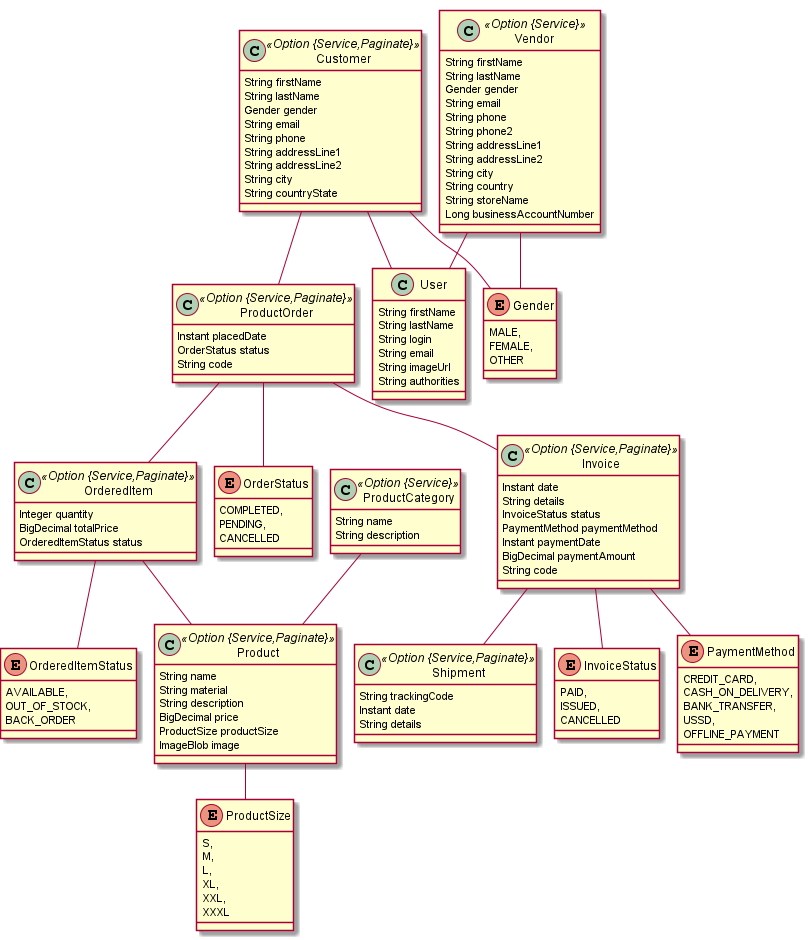
Above: online-store.png in ZraelTz/online-store (PlantUML), before the change.
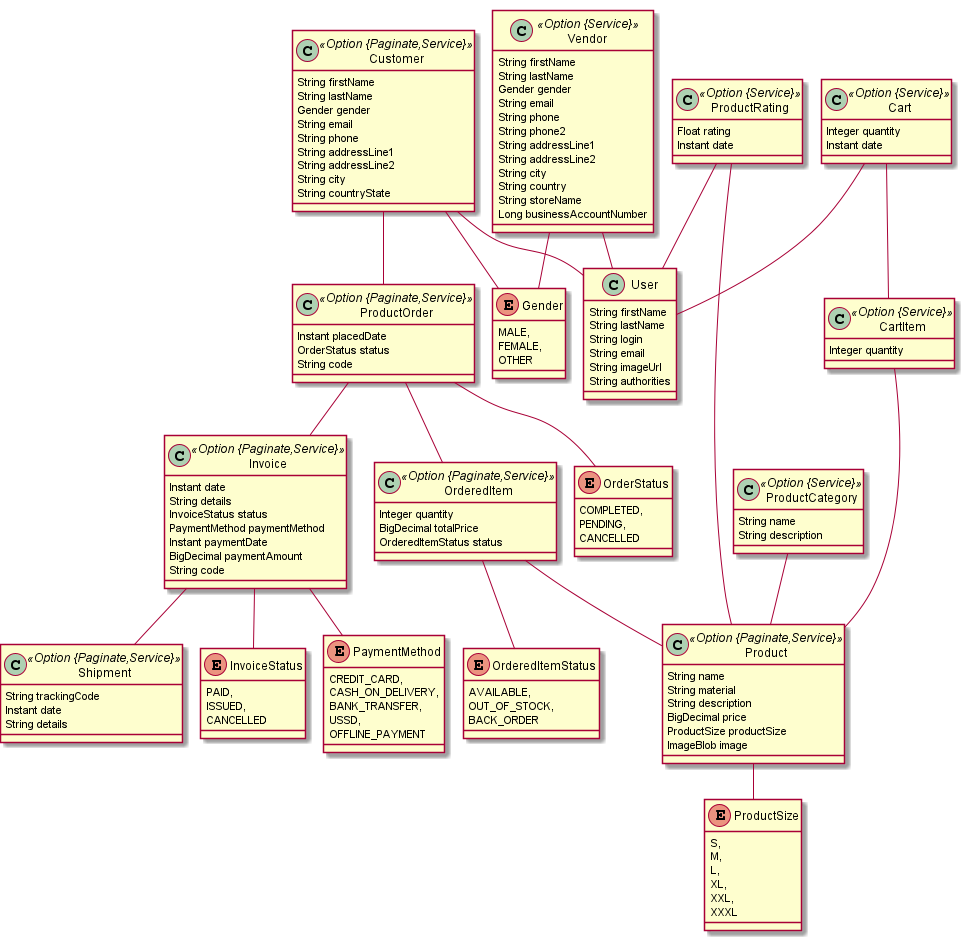
The same diagram one commit later.

What changed in the source:
```diff
@@ -1,7 +1,7 @@
 @startuml
 	!pragma graphviz_dot jdot
 	!pragma syntax class
-	class Customer <<Option {Service,Paginate}>> {
+	class Customer <<Option {Paginate,Service}>> {
 		String firstName
 		String lastName
 		Gender gender
@@ -13,7 +13,7 @@
 		String countryState
 	}
 	Customer ..> Gender
-	class Invoice <<Option {Service,Paginate}>> {
+	class Invoice <<Option {Paginate,Service}>> {
 		Instant date
 		String details
 		InvoiceStatus status
@@ -24,13 +24,13 @@
 	}
 	Invoice ..> InvoiceStatus
 	Invoice ..> PaymentMethod
-	class OrderedItem <<Option {Service,Paginate}>> {
+	class OrderedItem <<Option {Paginate,Service}>> {
 		Integer quantity
 		BigDecimal totalPrice
 		OrderedItemStatus status
 	}
 	OrderedItem ..> OrderedItemStatus
-	class Product <<Option {Service,Paginate}>> {
+	class Product <<Option {Paginate,Service}>> {
 		String name
 		String material
 		String description
@@ -43,16 +43,27 @@
 		String name
 		String description
 	}
-	class ProductOrder <<Option {Service,Paginate}>> {
+	class ProductOrder <<Option {Paginate,Service}>> {
 		Instant placedDate
 		OrderStatus status
 		String code
 	}
 	ProductOrder ..> OrderStatus
-	class Shipment <<Option {Service,Paginate}>> {
+	class ProductRating <<Option {Service}>> {
+		Float rating
+		Instant date
+	}
+	class Shipment <<Option {Paginate,Service}>> {
 		String trackingCode
 		Instant date
 		String details
+	}
+	class Cart <<Option {Service}>> {
+		Integer quantity
+		Instant date
+	}
+	class CartItem <<Option {Service}>> {
+		Integer quantity
 	}
 	class Vendor <<Option {Service}>> {
 		String firstName
@@ -105,13 +116,18 @@
 		CANCELLED
 	}
 	Customer  "user(login) 0..1 " -- "0..1 "  User
+	ProductRating  "user(login) 0..1 " -- "0..1 "  User
 	Vendor  "user(login) 0..1 " -- "0..1 "  User
+	Cart  "user(login) 0..1 " -- "0..1 "  User
+	CartItem  "product(name) 0..1 " -- "0..1 "  Product
 	ProductOrder  "invoice 0..1 " --o "productOrder(code)  1..* "  Invoice
 	ProductOrder  "orderedItem 0..1 " --o "productOrder(code)  1..* "  OrderedItem
 	ProductCategory  "product 0..1 " --o "productCategory(name)  1..* "  Product
 	Customer  "order 0..1 " --o "customer(email)  1..* "  ProductOrder
 	Invoice  "shipment 0..1 " --o "invoice(code)  1..* "  Shipment
+	Cart  "item(quantity) 0..1 " --o "0..* "  CartItem
 	OrderedItem  "product(name)  1..* " o-- "0..1 "  Product
+	ProductRating  "product(name)  1..* " o-- "0..1 "  Product
 	class User  {
 		String firstName
 		String lastName
```
